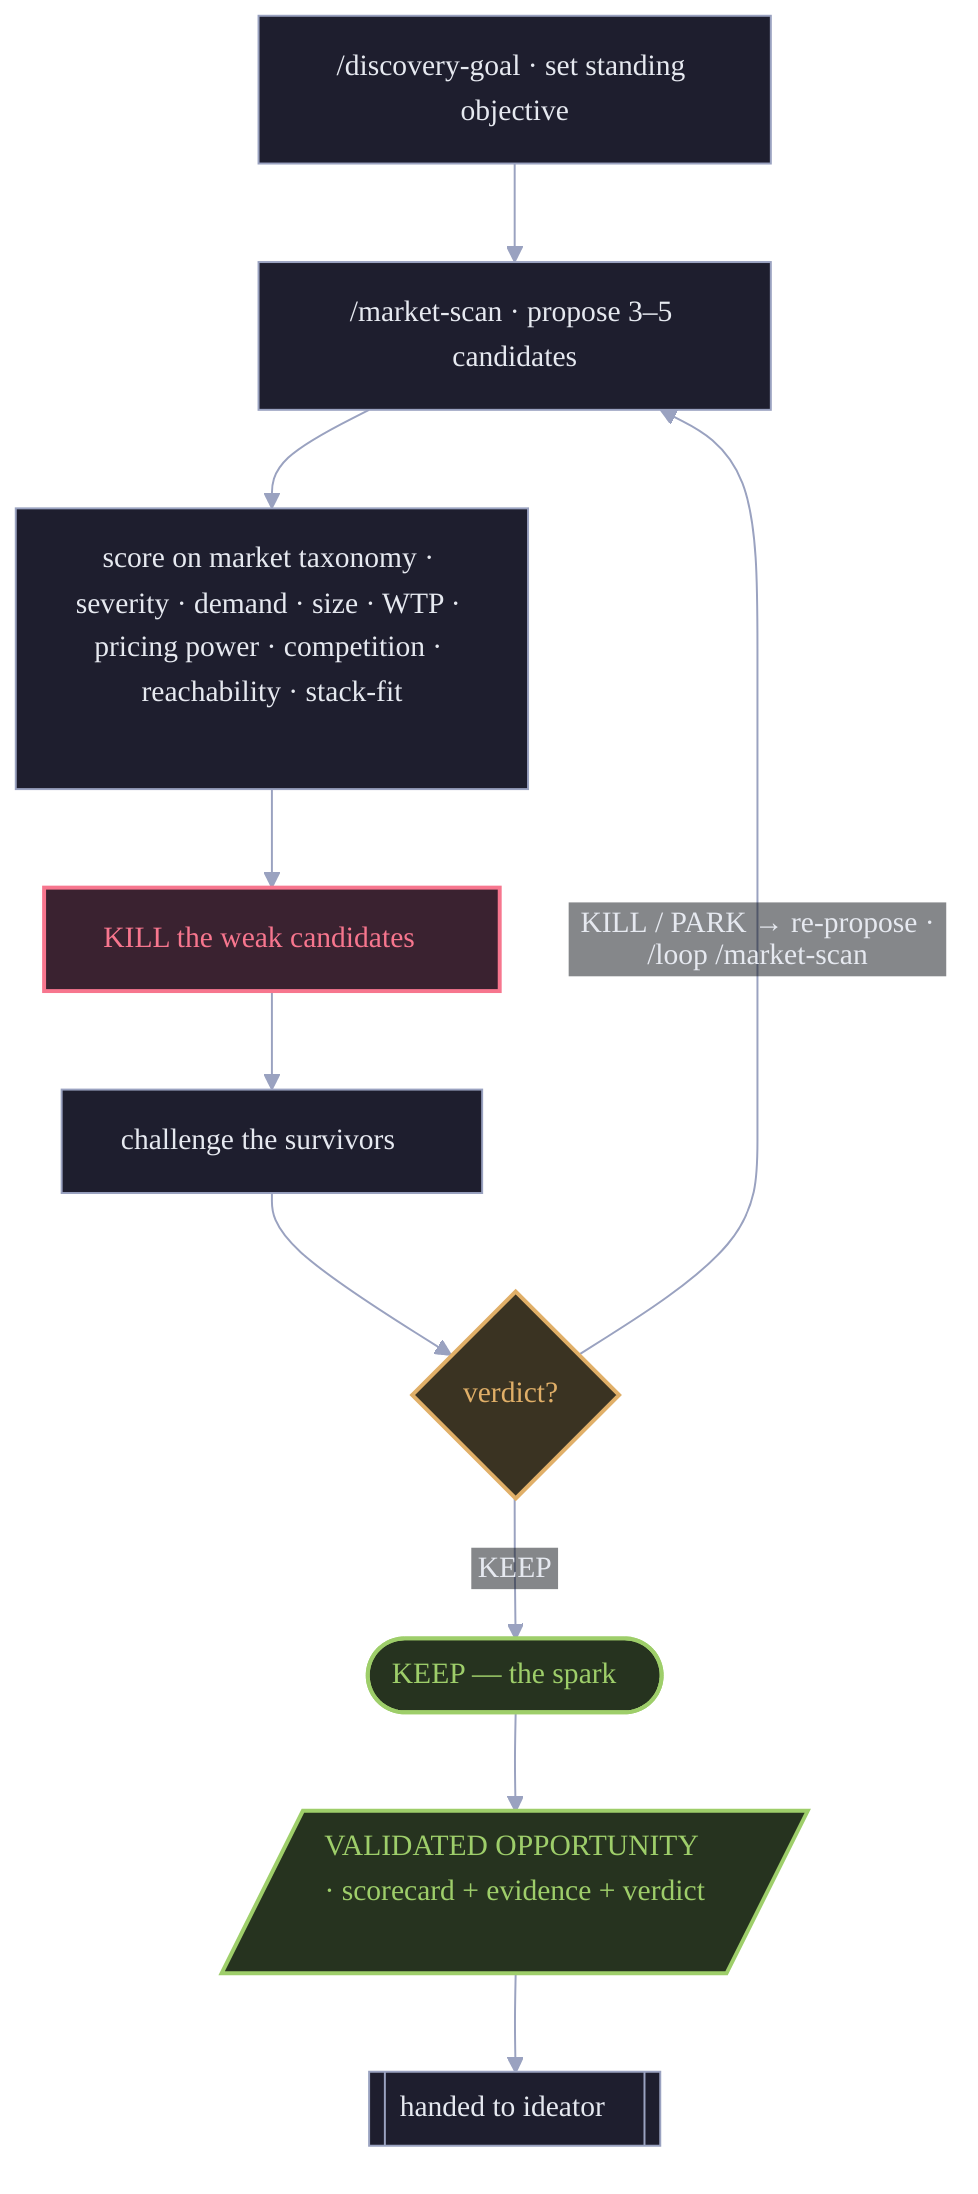
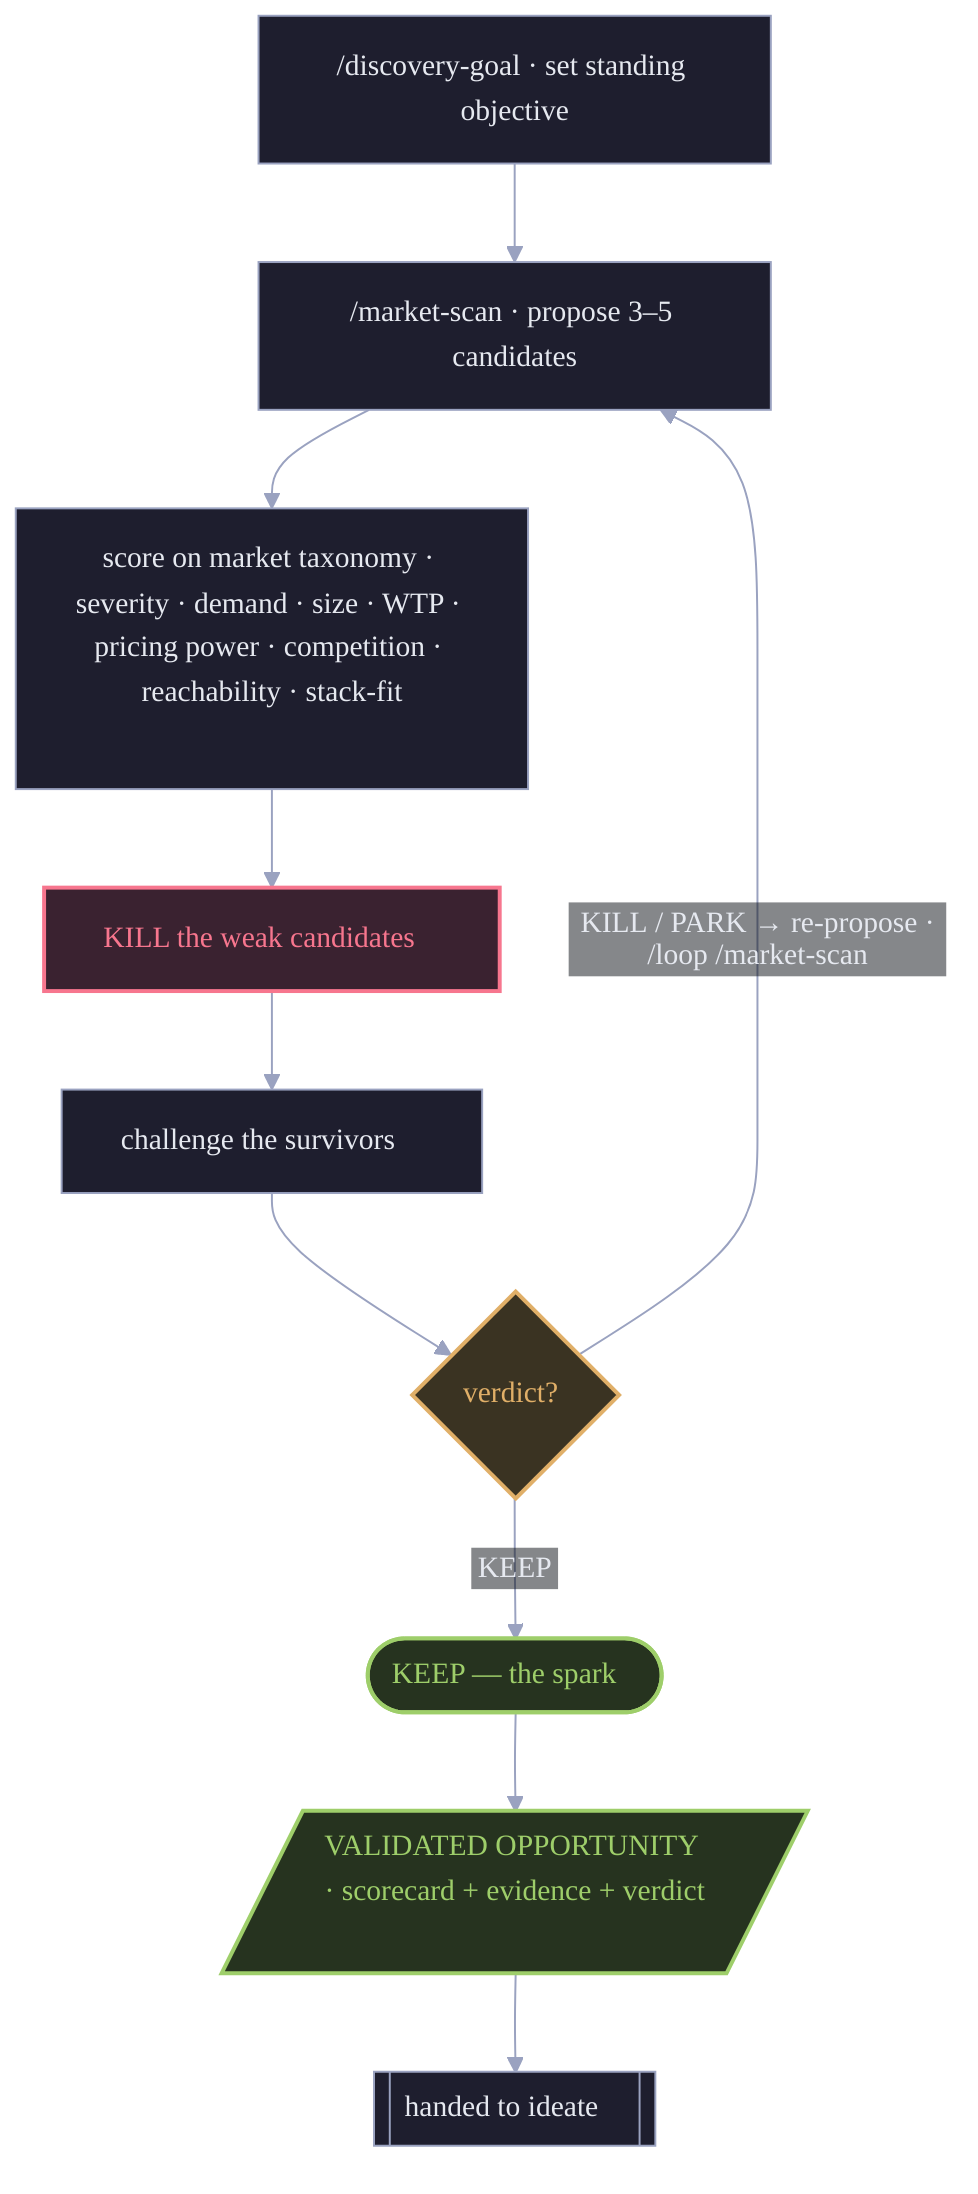
%%{init: {'theme':'base','flowchart':{'htmlLabels':false},'themeVariables':{'background':'transparent','htmlLabels':false,'primaryColor':'#1e1e2e','primaryBorderColor':'#9aa2c0','primaryTextColor':'#e6e9f0','secondaryColor':'#2a2a3c','tertiaryColor':'#2a2a3c','lineColor':'#9aa2c0','edgeLabelBackground':'#0d1117','fontFamily':'DejaVu Sans, ui-sans-serif','fontSize':'15px'}}}%%
flowchart TD
    accTitle: DISCOVER discovery loop
-     accDescr: The goal command sets a standing objective, then market-scan proposes candidates, scores them on the market taxonomy, kills weak ones, challenges survivors, and verdicts each KEEP, PARK, or KILL. KILL and PARK loop back via the loop command to propose again; KEEP exits as a validated opportunity handed to the ideator.
+     accDescr: The goal command sets a standing objective, then market-scan proposes candidates, scores them on the market taxonomy, kills weak ones, challenges survivors, and verdicts each KEEP, PARK, or KILL. KILL and PARK loop back via the loop command to propose again; KEEP exits as a validated opportunity handed to the ideate.

    GOAL["/discovery-goal · set standing objective"]
    PROPOSE["/market-scan · propose 3–5 candidates"]
    SCORE["score on market taxonomy · severity · demand · size · WTP · pricing power · competition · reachability · stack-fit"]
    KILLWEAK["KILL the weak candidates"]
    CHALLENGE["challenge the survivors"]
    VERDICT{"verdict?"}
    KEEP(["KEEP — the spark"])
    OUT[/"VALIDATED OPPORTUNITY · scorecard + evidence + verdict"/]
-     IDEATOR[["handed to ideator"]]
+     IDEATE[["handed to ideate"]]

    GOAL --> PROPOSE
    PROPOSE --> SCORE
    SCORE --> KILLWEAK
    KILLWEAK --> CHALLENGE
    CHALLENGE --> VERDICT
    VERDICT -- "KILL / PARK → re-propose · /loop /market-scan" --> PROPOSE
    VERDICT -- "KEEP" --> KEEP
    KEEP --> OUT
-     OUT --> IDEATOR
+     OUT --> IDEATE

    classDef kill fill:#3a2230,stroke:#f7768e,stroke-width:2px,color:#f7768e;
    classDef park fill:#3a3322,stroke:#e0af68,stroke-width:2px,color:#e0af68;
    classDef keep fill:#26331f,stroke:#9ece6a,stroke-width:2px,color:#9ece6a;
    class KILLWEAK kill;
    class VERDICT park;
    class KEEP,OUT keep;
